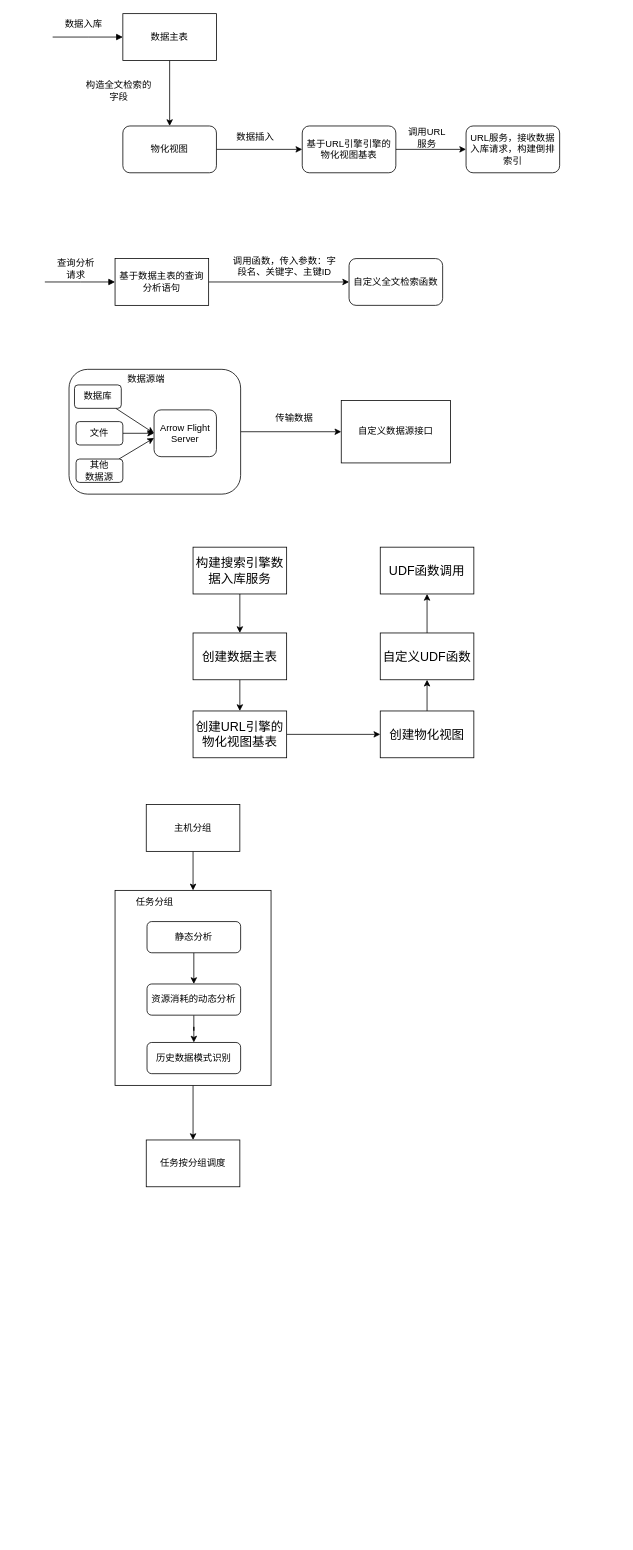
Above: page "第 3 页" (3 of 4) of dame2024/zl.drawio in zcw5116/drawIO (draw.io), before the change. Source tidied: cells renumbered, new cells numbered last; positions are measured from the earlier drawing's top-left corner, leaving out a move shared by most shapes. Both pictures are drawn from the tidied source at 78%, with x=0, y=0 at pixel (44, 13).
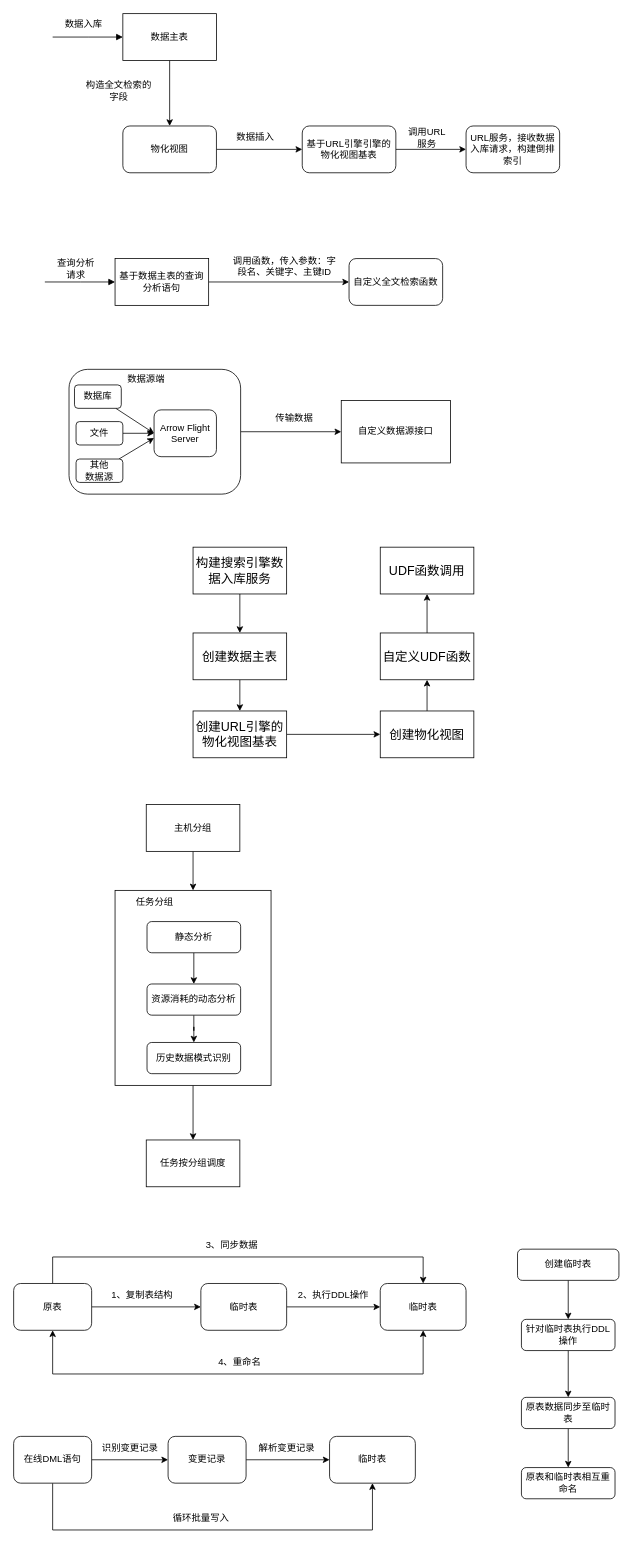
Above is the later version.

Diff of the diagram source:
```diff
@@
+    <mxCell id="54" style="edgeStyle=orthogonalEdgeStyle;rounded=0;jettySize=auto;html=1;entryX=0;entryY=0.5;entryDx=0;entryDy=0;" parent="1" edge="1" source="56" target="59">
+      <mxGeometry relative="1" as="geometry" />
+    </mxCell>
+    <mxCell id="55" style="edgeStyle=orthogonalEdgeStyle;rounded=0;jettySize=auto;html=1;entryX=0.5;entryY=1;entryDx=0;entryDy=0;exitX=0.5;exitY=1;exitDx=0;exitDy=0;" parent="1" edge="1" source="56" target="57">
+      <mxGeometry relative="1" as="geometry">
+        <Array as="points">
+          <mxPoint x="10" y="1944" />
+          <mxPoint x="420" y="1944" />
+        </Array>
+      </mxGeometry>
+    </mxCell>
+    <mxCell id="56" value="在线DML语句" style="rounded=1;whiteSpace=wrap;html=1;" parent="1" vertex="1">
+      <mxGeometry x="-40" y="1824" width="100" height="60" as="geometry" />
+    </mxCell>
+    <mxCell id="57" value="临时表" style="rounded=1;whiteSpace=wrap;html=1;" parent="1" vertex="1">
+      <mxGeometry x="365" y="1824" width="110" height="60" as="geometry" />
+    </mxCell>
+    <mxCell id="58" style="edgeStyle=orthogonalEdgeStyle;rounded=0;jettySize=auto;html=1;entryX=0;entryY=0.5;entryDx=0;entryDy=0;" parent="1" edge="1" source="59" target="57">
+      <mxGeometry relative="1" as="geometry" />
+    </mxCell>
+    <mxCell id="59" value="变更记录" style="rounded=1;whiteSpace=wrap;html=1;" parent="1" vertex="1">
+      <mxGeometry x="158" y="1824" width="100" height="60" as="geometry" />
+    </mxCell>
+    <mxCell id="60" value="循环批量写入" style="text;html=1;align=center;verticalAlign=middle;whiteSpace=wrap;rounded=0;" parent="1" vertex="1">
+      <mxGeometry x="161" y="1914" width="79" height="30" as="geometry" />
+    </mxCell>
+    <mxCell id="61" value="识别变更记录" style="text;html=1;align=center;verticalAlign=middle;whiteSpace=wrap;rounded=0;" parent="1" vertex="1">
+      <mxGeometry x="70" y="1824" width="79" height="30" as="geometry" />
+    </mxCell>
+    <mxCell id="62" value="解析变更记录" style="text;html=1;align=center;verticalAlign=middle;whiteSpace=wrap;rounded=0;" parent="1" vertex="1">
+      <mxGeometry x="271" y="1824" width="79" height="30" as="geometry" />
+    </mxCell>
+    <mxCell id="63" style="edgeStyle=orthogonalEdgeStyle;rounded=0;jettySize=auto;html=1;entryX=0;entryY=0.5;entryDx=0;entryDy=0;" parent="1" edge="1" source="66" target="68">
+      <mxGeometry relative="1" as="geometry" />
+    </mxCell>
+    <mxCell id="64" style="edgeStyle=orthogonalEdgeStyle;rounded=0;jettySize=auto;html=1;entryX=0.5;entryY=1;entryDx=0;entryDy=0;startArrow=classic;startFill=1;" parent="1" edge="1" source="66" target="70">
+      <mxGeometry relative="1" as="geometry">
+        <Array as="points">
+          <mxPoint x="10" y="1744" />
+          <mxPoint x="485" y="1744" />
+        </Array>
+      </mxGeometry>
+    </mxCell>
+    <mxCell id="65" style="edgeStyle=orthogonalEdgeStyle;rounded=0;jettySize=auto;html=1;entryX=0.5;entryY=0;entryDx=0;entryDy=0;startArrow=none;startFill=0;" parent="1" edge="1" source="66" target="70">
+      <mxGeometry relative="1" as="geometry">
+        <Array as="points">
+          <mxPoint x="10" y="1594" />
+          <mxPoint x="485" y="1594" />
+        </Array>
+      </mxGeometry>
+    </mxCell>
+    <mxCell id="66" value="原表" style="rounded=1;whiteSpace=wrap;html=1;" parent="1" vertex="1">
+      <mxGeometry x="-40" y="1628" width="100" height="60" as="geometry" />
+    </mxCell>
+    <mxCell id="67" style="edgeStyle=orthogonalEdgeStyle;rounded=0;jettySize=auto;html=1;entryX=0;entryY=0.5;entryDx=0;entryDy=0;" parent="1" edge="1" source="68" target="70">
+      <mxGeometry relative="1" as="geometry" />
+    </mxCell>
+    <mxCell id="68" value="临时表" style="rounded=1;whiteSpace=wrap;html=1;" parent="1" vertex="1">
+      <mxGeometry x="200" y="1628" width="110" height="60" as="geometry" />
+    </mxCell>
+    <mxCell id="69" value="1、复制表结构" style="text;html=1;align=center;verticalAlign=middle;whiteSpace=wrap;rounded=0;" parent="1" vertex="1">
+      <mxGeometry x="80" y="1628" width="90" height="30" as="geometry" />
+    </mxCell>
+    <mxCell id="70" value="临时表" style="rounded=1;whiteSpace=wrap;html=1;" parent="1" vertex="1">
+      <mxGeometry x="430" y="1628" width="110" height="60" as="geometry" />
+    </mxCell>
+    <mxCell id="71" value="2、执行DDL操作" style="text;html=1;align=center;verticalAlign=middle;whiteSpace=wrap;rounded=0;" parent="1" vertex="1">
+      <mxGeometry x="320" y="1628" width="100" height="30" as="geometry" />
+    </mxCell>
+    <mxCell id="72" value="3、同步数据" style="text;html=1;align=center;verticalAlign=middle;whiteSpace=wrap;rounded=0;" parent="1" vertex="1">
+      <mxGeometry x="190" y="1564" width="100" height="30" as="geometry" />
+    </mxCell>
+    <mxCell id="73" value="4、重命名" style="text;html=1;align=center;verticalAlign=middle;whiteSpace=wrap;rounded=0;" parent="1" vertex="1">
+      <mxGeometry x="200" y="1714" width="100" height="30" as="geometry" />
+    </mxCell>
+    <mxCell id="74" style="edgeStyle=orthogonalEdgeStyle;rounded=0;jettySize=auto;html=1;" parent="1" edge="1" source="75" target="77">
+      <mxGeometry relative="1" as="geometry" />
+    </mxCell>
+    <mxCell id="75" value="创建临时表" style="rounded=1;whiteSpace=wrap;html=1;" parent="1" vertex="1">
+      <mxGeometry x="606" y="1584" width="130" height="40" as="geometry" />
+    </mxCell>
+    <mxCell id="76" style="edgeStyle=orthogonalEdgeStyle;rounded=0;jettySize=auto;html=1;" parent="1" edge="1" source="77" target="79">
+      <mxGeometry relative="1" as="geometry" />
+    </mxCell>
+    <mxCell id="77" value="针对临时表执行DDL操作" style="rounded=1;whiteSpace=wrap;html=1;" parent="1" vertex="1">
+      <mxGeometry x="611" y="1674" width="120" height="40" as="geometry" />
+    </mxCell>
+    <mxCell id="78" style="edgeStyle=orthogonalEdgeStyle;rounded=0;jettySize=auto;html=1;" parent="1" edge="1" source="79" target="80">
+      <mxGeometry relative="1" as="geometry" />
+    </mxCell>
+    <mxCell id="79" value="原表数据同步至临时表" style="rounded=1;whiteSpace=wrap;html=1;" parent="1" vertex="1">
+      <mxGeometry x="611" y="1774" width="120" height="40" as="geometry" />
+    </mxCell>
+    <mxCell id="80" value="原表和临时表相互重命名" style="rounded=1;whiteSpace=wrap;html=1;" parent="1" vertex="1">
+      <mxGeometry x="611" y="1864" width="120" height="40" as="geometry" />
+    </mxCell>
```
